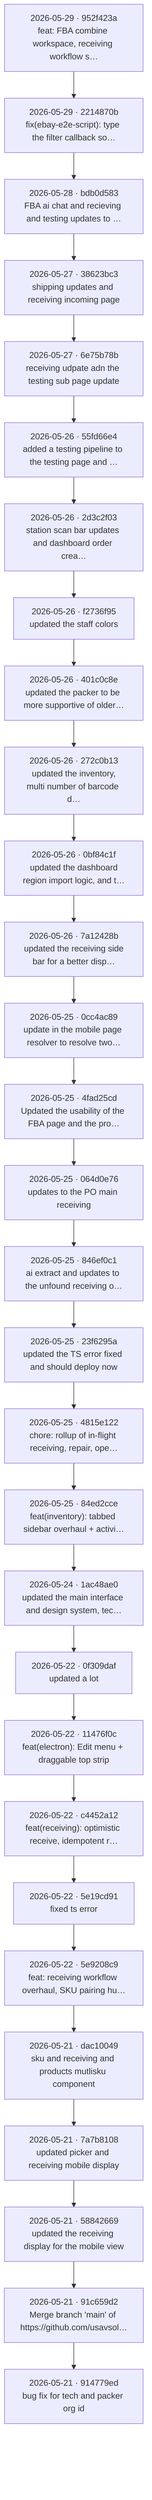
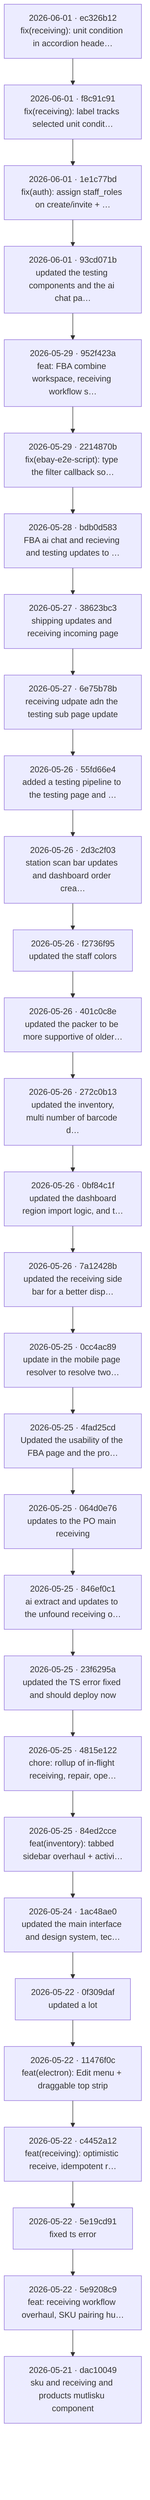
flowchart TB
-   c0["2026-05-29 · 952f423a<br/>feat: FBA combine workspace, receiving workflow s…"]
-   c1["2026-05-29 · 2214870b<br/>fix(ebay-e2e-script): type the filter callback so…"]
+   c0["2026-06-01 · ec326b12<br/>fix(receiving): unit condition in accordion heade…"]
+   c1["2026-06-01 · f8c91c91<br/>fix(receiving): label tracks selected unit condit…"]
  c0 --> c1
-   c2["2026-05-28 · bdb0d583<br/>FBA ai chat and recieving and testing updates to …"]
+   c2["2026-06-01 · 1e1c77bd<br/>fix(auth): assign staff_roles on create/invite + …"]
  c1 --> c2
-   c3["2026-05-27 · 38623bc3<br/>shipping updates and receiving incoming page"]
+   c3["2026-06-01 · 93cd071b<br/>updated the testing components and the ai chat pa…"]
  c2 --> c3
-   c4["2026-05-27 · 6e75b78b<br/>receiving udpate adn the testing sub page update"]
+   c4["2026-05-29 · 952f423a<br/>feat: FBA combine workspace, receiving workflow s…"]
  c3 --> c4
-   c5["2026-05-26 · 55fd66e4<br/>added a testing pipeline to the testing page and …"]
+   c5["2026-05-29 · 2214870b<br/>fix(ebay-e2e-script): type the filter callback so…"]
  c4 --> c5
-   c6["2026-05-26 · 2d3c2f03<br/>station scan bar updates and dashboard order crea…"]
+   c6["2026-05-28 · bdb0d583<br/>FBA ai chat and recieving and testing updates to …"]
  c5 --> c6
-   c7["2026-05-26 · f2736f95<br/>updated the staff colors"]
+   c7["2026-05-27 · 38623bc3<br/>shipping updates and receiving incoming page"]
  c6 --> c7
-   c8["2026-05-26 · 401c0c8e<br/>updated the packer to be more supportive of older…"]
+   c8["2026-05-27 · 6e75b78b<br/>receiving udpate adn the testing sub page update"]
  c7 --> c8
-   c9["2026-05-26 · 272c0b13<br/> updated the inventory, multi number of barcode d…"]
+   c9["2026-05-26 · 55fd66e4<br/>added a testing pipeline to the testing page and …"]
  c8 --> c9
-   c10["2026-05-26 · 0bf84c1f<br/> updated the dashboard region import logic, and t…"]
+   c10["2026-05-26 · 2d3c2f03<br/>station scan bar updates and dashboard order crea…"]
  c9 --> c10
-   c11["2026-05-26 · 7a12428b<br/> updated the receiving side bar for a better disp…"]
+   c11["2026-05-26 · f2736f95<br/>updated the staff colors"]
  c10 --> c11
-   c12["2026-05-25 · 0cc4ac89<br/>update in the mobile page resolver to resolve two…"]
+   c12["2026-05-26 · 401c0c8e<br/>updated the packer to be more supportive of older…"]
  c11 --> c12
-   c13["2026-05-25 · 4fad25cd<br/>Updated the usability of the FBA page and the pro…"]
+   c13["2026-05-26 · 272c0b13<br/> updated the inventory, multi number of barcode d…"]
  c12 --> c13
-   c14["2026-05-25 · 064d0e76<br/>updates to the PO main receiving"]
+   c14["2026-05-26 · 0bf84c1f<br/> updated the dashboard region import logic, and t…"]
  c13 --> c14
-   c15["2026-05-25 · 846ef0c1<br/>ai extract and updates to the unfound receiving o…"]
+   c15["2026-05-26 · 7a12428b<br/> updated the receiving side bar for a better disp…"]
  c14 --> c15
-   c16["2026-05-25 · 23f6295a<br/>updated the TS error fixed and should deploy now"]
+   c16["2026-05-25 · 0cc4ac89<br/>update in the mobile page resolver to resolve two…"]
  c15 --> c16
-   c17["2026-05-25 · 4815e122<br/>chore: rollup of in-flight receiving, repair, ope…"]
+   c17["2026-05-25 · 4fad25cd<br/>Updated the usability of the FBA page and the pro…"]
  c16 --> c17
-   c18["2026-05-25 · 84ed2cce<br/>feat(inventory): tabbed sidebar overhaul + activi…"]
+   c18["2026-05-25 · 064d0e76<br/>updates to the PO main receiving"]
  c17 --> c18
-   c19["2026-05-24 · 1ac48ae0<br/>updated the main interface and design system, tec…"]
+   c19["2026-05-25 · 846ef0c1<br/>ai extract and updates to the unfound receiving o…"]
  c18 --> c19
-   c20["2026-05-22 · 0f309daf<br/>updated a lot"]
+   c20["2026-05-25 · 23f6295a<br/>updated the TS error fixed and should deploy now"]
  c19 --> c20
-   c21["2026-05-22 · 11476f0c<br/>feat(electron): Edit menu + draggable top strip"]
+   c21["2026-05-25 · 4815e122<br/>chore: rollup of in-flight receiving, repair, ope…"]
  c20 --> c21
-   c22["2026-05-22 · c4452a12<br/>feat(receiving): optimistic receive, idempotent r…"]
+   c22["2026-05-25 · 84ed2cce<br/>feat(inventory): tabbed sidebar overhaul + activi…"]
  c21 --> c22
-   c23["2026-05-22 · 5e19cd91<br/>fixed ts error"]
+   c23["2026-05-24 · 1ac48ae0<br/>updated the main interface and design system, tec…"]
  c22 --> c23
-   c24["2026-05-22 · 5e9208c9<br/>feat: receiving workflow overhaul, SKU pairing hu…"]
+   c24["2026-05-22 · 0f309daf<br/>updated a lot"]
  c23 --> c24
-   c25["2026-05-21 · dac10049<br/>sku and receiving and products mutlisku component"]
+   c25["2026-05-22 · 11476f0c<br/>feat(electron): Edit menu + draggable top strip"]
  c24 --> c25
-   c26["2026-05-21 · 7a7b8108<br/>updated picker and receiving mobile display"]
+   c26["2026-05-22 · c4452a12<br/>feat(receiving): optimistic receive, idempotent r…"]
  c25 --> c26
-   c27["2026-05-21 · 58842669<br/>updated the receiving display for the mobile view"]
+   c27["2026-05-22 · 5e19cd91<br/>fixed ts error"]
  c26 --> c27
-   c28["2026-05-21 · 91c659d2<br/>Merge branch 'main' of https://github.com/usavsol…"]
+   c28["2026-05-22 · 5e9208c9<br/>feat: receiving workflow overhaul, SKU pairing hu…"]
  c27 --> c28
-   c29["2026-05-21 · 914779ed<br/>bug fix for tech and packer org id"]
+   c29["2026-05-21 · dac10049<br/>sku and receiving and products mutlisku component"]
  c28 --> c29